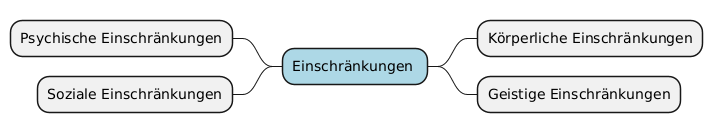
This is mindmap/generated/mindmap-only-biggest-categories.png from marcgauch/Masterarbeit-Daten, a PlantUML export, as it was before one commit.
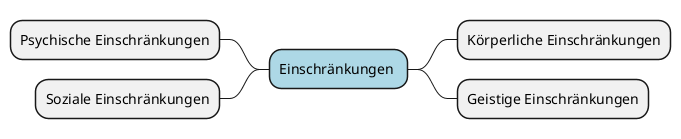
The same diagram one commit later.

Diff of the diagram source:
```diff
@@ -4,17 +4,16 @@
 	.root {
 		BackgroundColor LightBlue
 	}
+  .orange {
+    BackgroundColor orange
+  }
 }
 </style>
 
 * Einschränkungen <<root>>
 	* Körperliche Einschränkungen
-
 	* Geistige Einschränkungen
-
 left side
 	* Psychische Einschränkungen
-
 	* Soziale Einschränkungen
-
 @endmindmap
```
